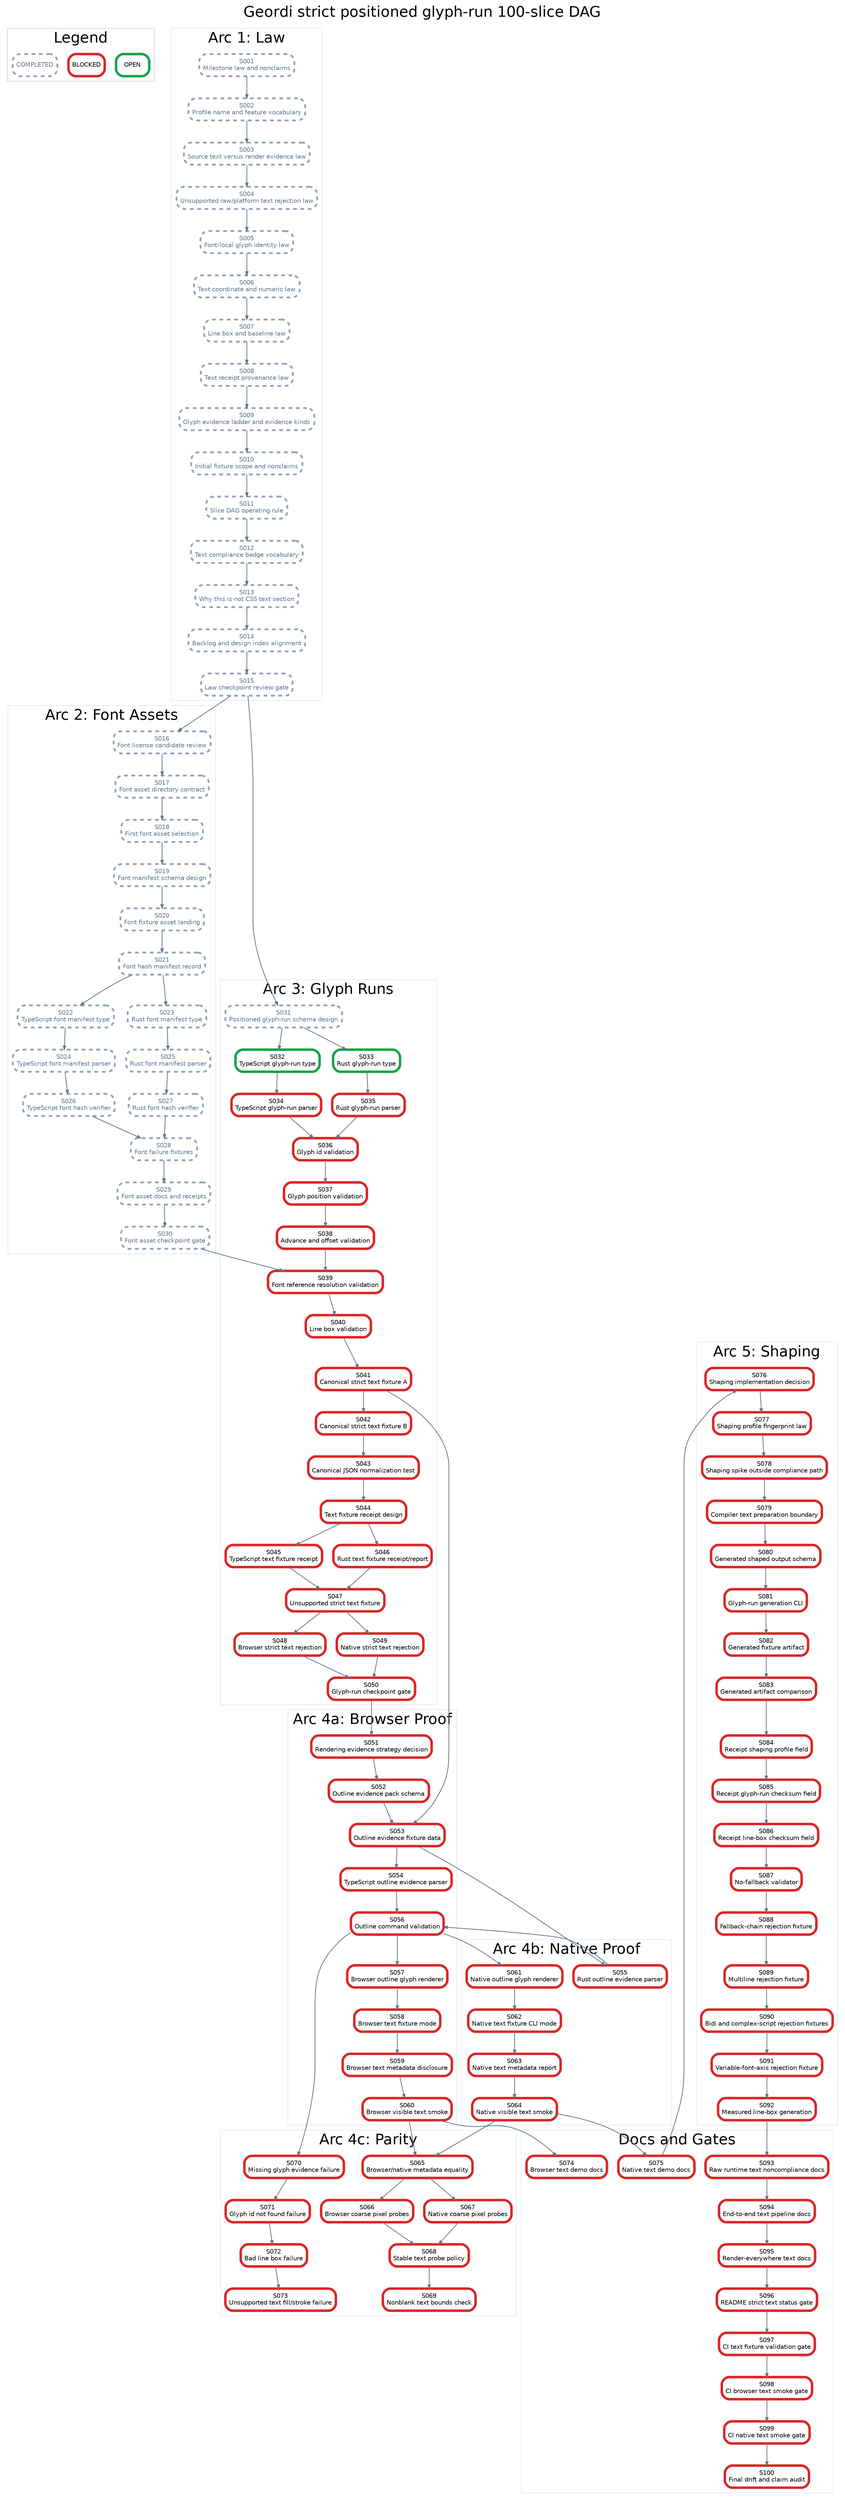
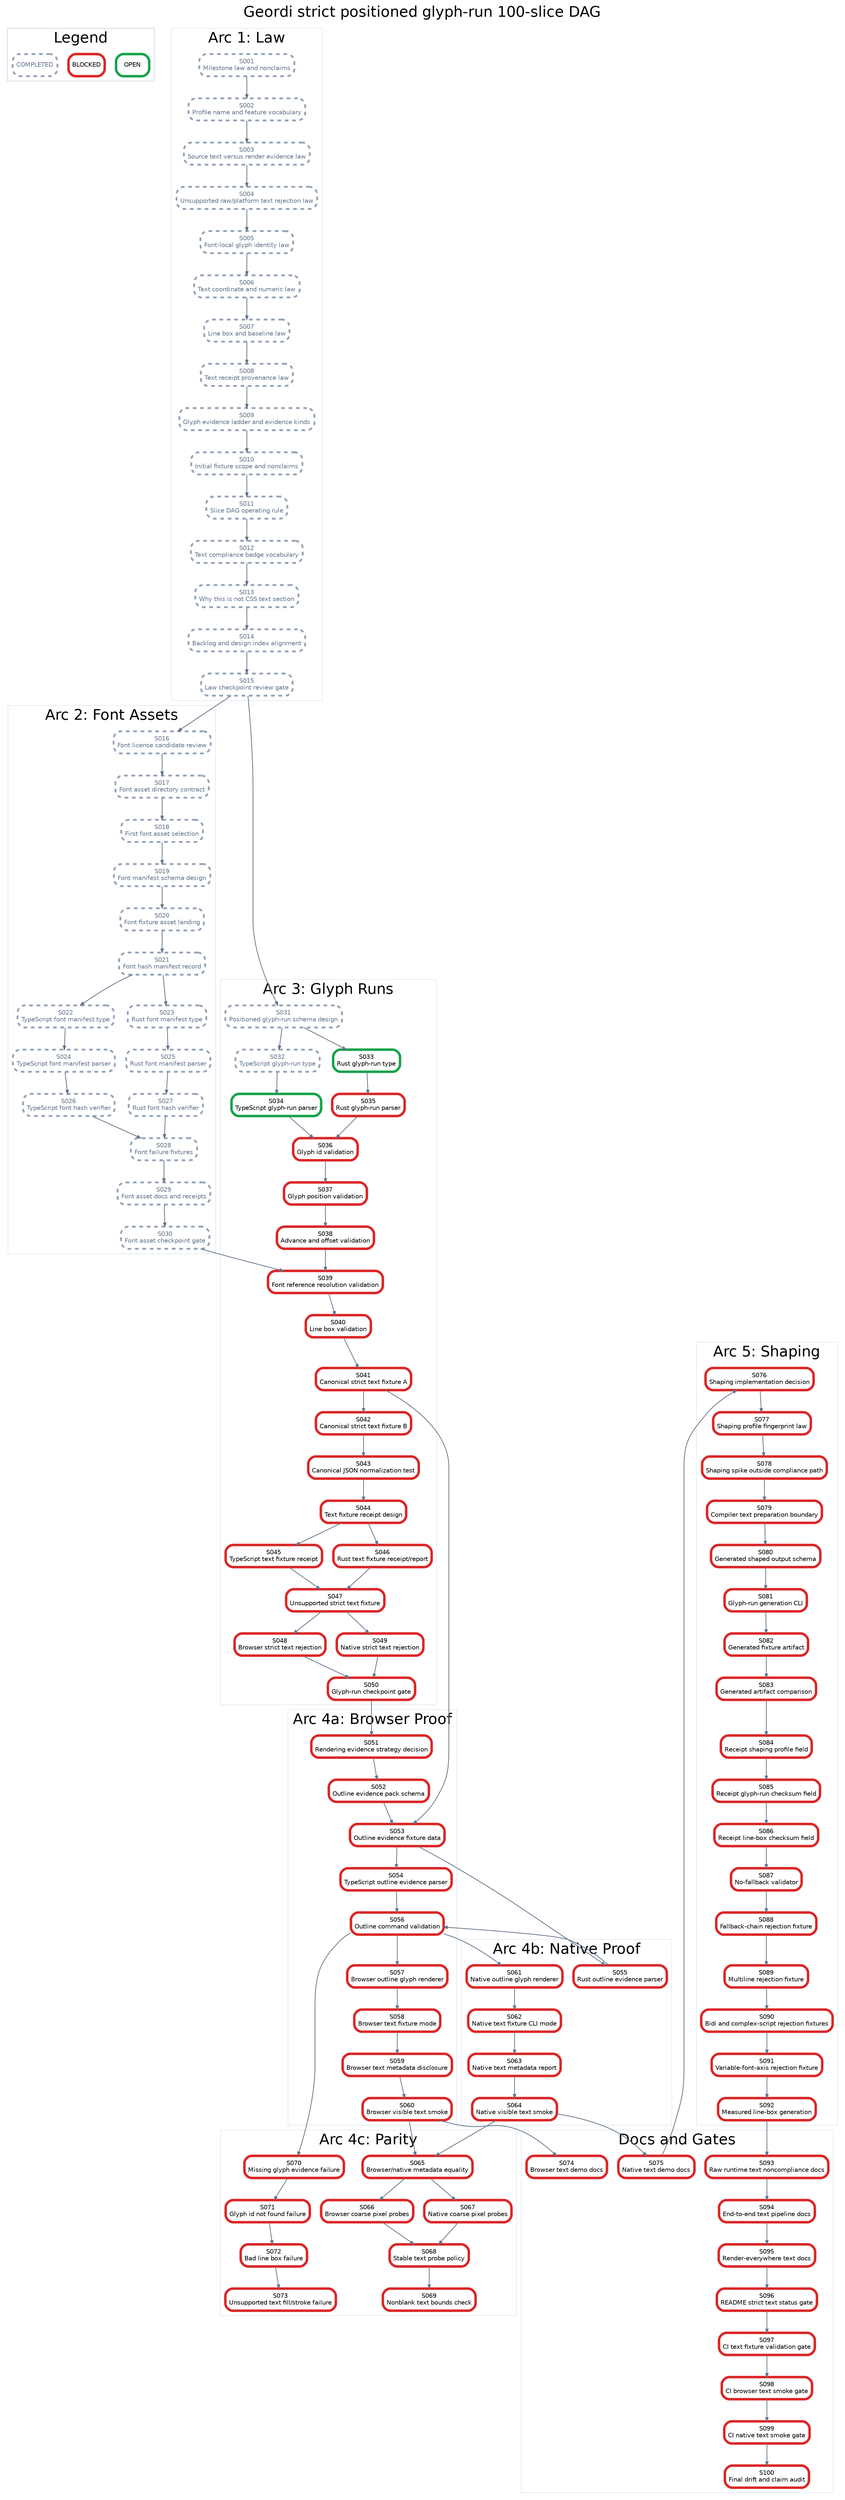
digraph StrictPositionedGlyphRunPlan {
  graph [rankdir=TB, bgcolor="white", fontname="Helvetica", label="Geordi strict positioned glyph-run 100-slice DAG", labelloc="t", fontsize=24];
  node [shape=box, style="rounded,filled", fillcolor="white", fontname="Helvetica", fontsize=10, margin="0.08,0.05"];
  edge [color="#64748b", arrowsize=0.6, penwidth=1.2];

  subgraph cluster_legend {
    label="Legend";
    color="#cbd5e1";
    legend_open [label="OPEN", color="#16a34a", penwidth=4];
    legend_blocked [label="BLOCKED", color="#dc2626", penwidth=4];
    legend_done [label="COMPLETED", color="#94a3b8", penwidth=3, style="rounded,filled,dashed", fontcolor="#64748b"];
  }

  subgraph cluster_law {
    label="Arc 1: Law";
    color="#e2e8f0";
    S001 [label="S001\nMilestone law and nonclaims", color="#94a3b8", penwidth=3, style="rounded,filled,dashed", fontcolor="#64748b"];
    S002 [label="S002\nProfile name and feature vocabulary", color="#94a3b8", penwidth=3, style="rounded,filled,dashed", fontcolor="#64748b"];
    S003 [label="S003\nSource text versus render evidence law", color="#94a3b8", penwidth=3, style="rounded,filled,dashed", fontcolor="#64748b"];
    S004 [label="S004\nUnsupported raw/platform text rejection law", color="#94a3b8", penwidth=3, style="rounded,filled,dashed", fontcolor="#64748b"];
    S005 [label="S005\nFont-local glyph identity law", color="#94a3b8", penwidth=3, style="rounded,filled,dashed", fontcolor="#64748b"];
    S006 [label="S006\nText coordinate and numeric law", color="#94a3b8", penwidth=3, style="rounded,filled,dashed", fontcolor="#64748b"];
    S007 [label="S007\nLine box and baseline law", color="#94a3b8", penwidth=3, style="rounded,filled,dashed", fontcolor="#64748b"];
    S008 [label="S008\nText receipt provenance law", color="#94a3b8", penwidth=3, style="rounded,filled,dashed", fontcolor="#64748b"];
    S009 [label="S009\nGlyph evidence ladder and evidence kinds", color="#94a3b8", penwidth=3, style="rounded,filled,dashed", fontcolor="#64748b"];
    S010 [label="S010\nInitial fixture scope and nonclaims", color="#94a3b8", penwidth=3, style="rounded,filled,dashed", fontcolor="#64748b"];
    S011 [label="S011\nSlice DAG operating rule", color="#94a3b8", penwidth=3, style="rounded,filled,dashed", fontcolor="#64748b"];
    S012 [label="S012\nText compliance badge vocabulary", color="#94a3b8", penwidth=3, style="rounded,filled,dashed", fontcolor="#64748b"];
    S013 [label="S013\nWhy this is not CSS text section", color="#94a3b8", penwidth=3, style="rounded,filled,dashed", fontcolor="#64748b"];
    S014 [label="S014\nBacklog and design index alignment", color="#94a3b8", penwidth=3, style="rounded,filled,dashed", fontcolor="#64748b"];
    S015 [label="S015\nLaw checkpoint review gate", color="#94a3b8", penwidth=3, style="rounded,filled,dashed", fontcolor="#64748b"];
  }

  subgraph cluster_assets {
    label="Arc 2: Font Assets";
    color="#e2e8f0";
    S016 [label="S016\nFont license candidate review", color="#94a3b8", penwidth=3, style="rounded,filled,dashed", fontcolor="#64748b"];
    S017 [label="S017\nFont asset directory contract", color="#94a3b8", penwidth=3, style="rounded,filled,dashed", fontcolor="#64748b"];
    S018 [label="S018\nFirst font asset selection", color="#94a3b8", penwidth=3, style="rounded,filled,dashed", fontcolor="#64748b"];
    S019 [label="S019\nFont manifest schema design", color="#94a3b8", penwidth=3, style="rounded,filled,dashed", fontcolor="#64748b"];
    S020 [label="S020\nFont fixture asset landing", color="#94a3b8", penwidth=3, style="rounded,filled,dashed", fontcolor="#64748b"];
    S021 [label="S021\nFont hash manifest record", color="#94a3b8", penwidth=3, style="rounded,filled,dashed", fontcolor="#64748b"];
    S022 [label="S022\nTypeScript font manifest type", color="#94a3b8", penwidth=3, style="rounded,filled,dashed", fontcolor="#64748b"];
    S023 [label="S023\nRust font manifest type", color="#94a3b8", penwidth=3, style="rounded,filled,dashed", fontcolor="#64748b"];
    S024 [label="S024\nTypeScript font manifest parser", color="#94a3b8", penwidth=3, style="rounded,filled,dashed", fontcolor="#64748b"];
    S025 [label="S025\nRust font manifest parser", color="#94a3b8", penwidth=3, style="rounded,filled,dashed", fontcolor="#64748b"];
    S026 [label="S026\nTypeScript font hash verifier", color="#94a3b8", penwidth=3, style="rounded,filled,dashed", fontcolor="#64748b"];
    S027 [label="S027\nRust font hash verifier", color="#94a3b8", penwidth=3, style="rounded,filled,dashed", fontcolor="#64748b"];
    S028 [label="S028\nFont failure fixtures", color="#94a3b8", penwidth=3, style="rounded,filled,dashed", fontcolor="#64748b"];
    S029 [label="S029\nFont asset docs and receipts", color="#94a3b8", penwidth=3, style="rounded,filled,dashed", fontcolor="#64748b"];
    S030 [label="S030\nFont asset checkpoint gate", color="#94a3b8", penwidth=3, style="rounded,filled,dashed", fontcolor="#64748b"];
  }

  subgraph cluster_glyph {
    label="Arc 3: Glyph Runs";
    color="#e2e8f0";
    S031 [label="S031\nPositioned glyph-run schema design", color="#94a3b8", penwidth=3, style="rounded,filled,dashed", fontcolor="#64748b"];
-     S032 [label="S032\nTypeScript glyph-run type", color="#16a34a", penwidth=4];
+     S032 [label="S032\nTypeScript glyph-run type", color="#94a3b8", penwidth=3, style="rounded,filled,dashed", fontcolor="#64748b"];
    S033 [label="S033\nRust glyph-run type", color="#16a34a", penwidth=4];
-     S034 [label="S034\nTypeScript glyph-run parser", color="#dc2626", penwidth=4];
+     S034 [label="S034\nTypeScript glyph-run parser", color="#16a34a", penwidth=4];
    S035 [label="S035\nRust glyph-run parser", color="#dc2626", penwidth=4];
    S036 [label="S036\nGlyph id validation", color="#dc2626", penwidth=4];
    S037 [label="S037\nGlyph position validation", color="#dc2626", penwidth=4];
    S038 [label="S038\nAdvance and offset validation", color="#dc2626", penwidth=4];
    S039 [label="S039\nFont reference resolution validation", color="#dc2626", penwidth=4];
    S040 [label="S040\nLine box validation", color="#dc2626", penwidth=4];
    S041 [label="S041\nCanonical strict text fixture A", color="#dc2626", penwidth=4];
    S042 [label="S042\nCanonical strict text fixture B", color="#dc2626", penwidth=4];
    S043 [label="S043\nCanonical JSON normalization test", color="#dc2626", penwidth=4];
    S044 [label="S044\nText fixture receipt design", color="#dc2626", penwidth=4];
    S045 [label="S045\nTypeScript text fixture receipt", color="#dc2626", penwidth=4];
    S046 [label="S046\nRust text fixture receipt/report", color="#dc2626", penwidth=4];
    S047 [label="S047\nUnsupported strict text fixture", color="#dc2626", penwidth=4];
    S048 [label="S048\nBrowser strict text rejection", color="#dc2626", penwidth=4];
    S049 [label="S049\nNative strict text rejection", color="#dc2626", penwidth=4];
    S050 [label="S050\nGlyph-run checkpoint gate", color="#dc2626", penwidth=4];
  }

  subgraph cluster_browser {
    label="Arc 4a: Browser Proof";
    color="#e2e8f0";
    S051 [label="S051\nRendering evidence strategy decision", color="#dc2626", penwidth=4];
    S052 [label="S052\nOutline evidence pack schema", color="#dc2626", penwidth=4];
    S053 [label="S053\nOutline evidence fixture data", color="#dc2626", penwidth=4];
    S054 [label="S054\nTypeScript outline evidence parser", color="#dc2626", penwidth=4];
    S056 [label="S056\nOutline command validation", color="#dc2626", penwidth=4];
    S057 [label="S057\nBrowser outline glyph renderer", color="#dc2626", penwidth=4];
    S058 [label="S058\nBrowser text fixture mode", color="#dc2626", penwidth=4];
    S059 [label="S059\nBrowser text metadata disclosure", color="#dc2626", penwidth=4];
    S060 [label="S060\nBrowser visible text smoke", color="#dc2626", penwidth=4];
  }

  subgraph cluster_native {
    label="Arc 4b: Native Proof";
    color="#e2e8f0";
    S055 [label="S055\nRust outline evidence parser", color="#dc2626", penwidth=4];
    S061 [label="S061\nNative outline glyph renderer", color="#dc2626", penwidth=4];
    S062 [label="S062\nNative text fixture CLI mode", color="#dc2626", penwidth=4];
    S063 [label="S063\nNative text metadata report", color="#dc2626", penwidth=4];
    S064 [label="S064\nNative visible text smoke", color="#dc2626", penwidth=4];
  }

  subgraph cluster_parity {
    label="Arc 4c: Parity";
    color="#e2e8f0";
    S065 [label="S065\nBrowser/native metadata equality", color="#dc2626", penwidth=4];
    S066 [label="S066\nBrowser coarse pixel probes", color="#dc2626", penwidth=4];
    S067 [label="S067\nNative coarse pixel probes", color="#dc2626", penwidth=4];
    S068 [label="S068\nStable text probe policy", color="#dc2626", penwidth=4];
    S069 [label="S069\nNonblank text bounds check", color="#dc2626", penwidth=4];
    S070 [label="S070\nMissing glyph evidence failure", color="#dc2626", penwidth=4];
    S071 [label="S071\nGlyph id not found failure", color="#dc2626", penwidth=4];
    S072 [label="S072\nBad line box failure", color="#dc2626", penwidth=4];
    S073 [label="S073\nUnsupported text fill/stroke failure", color="#dc2626", penwidth=4];
  }

  subgraph cluster_shaping {
    label="Arc 5: Shaping";
    color="#e2e8f0";
    S076 [label="S076\nShaping implementation decision", color="#dc2626", penwidth=4];
    S077 [label="S077\nShaping profile fingerprint law", color="#dc2626", penwidth=4];
    S078 [label="S078\nShaping spike outside compliance path", color="#dc2626", penwidth=4];
    S079 [label="S079\nCompiler text preparation boundary", color="#dc2626", penwidth=4];
    S080 [label="S080\nGenerated shaped output schema", color="#dc2626", penwidth=4];
    S081 [label="S081\nGlyph-run generation CLI", color="#dc2626", penwidth=4];
    S082 [label="S082\nGenerated fixture artifact", color="#dc2626", penwidth=4];
    S083 [label="S083\nGenerated artifact comparison", color="#dc2626", penwidth=4];
    S084 [label="S084\nReceipt shaping profile field", color="#dc2626", penwidth=4];
    S085 [label="S085\nReceipt glyph-run checksum field", color="#dc2626", penwidth=4];
    S086 [label="S086\nReceipt line-box checksum field", color="#dc2626", penwidth=4];
    S087 [label="S087\nNo-fallback validator", color="#dc2626", penwidth=4];
    S088 [label="S088\nFallback-chain rejection fixture", color="#dc2626", penwidth=4];
    S089 [label="S089\nMultiline rejection fixture", color="#dc2626", penwidth=4];
    S090 [label="S090\nBidi and complex-script rejection fixtures", color="#dc2626", penwidth=4];
    S091 [label="S091\nVariable-font-axis rejection fixture", color="#dc2626", penwidth=4];
    S092 [label="S092\nMeasured line-box generation", color="#dc2626", penwidth=4];
  }

  subgraph cluster_docs {
    label="Docs and Gates";
    color="#e2e8f0";
    S074 [label="S074\nBrowser text demo docs", color="#dc2626", penwidth=4];
    S075 [label="S075\nNative text demo docs", color="#dc2626", penwidth=4];
    S093 [label="S093\nRaw runtime text noncompliance docs", color="#dc2626", penwidth=4];
    S094 [label="S094\nEnd-to-end text pipeline docs", color="#dc2626", penwidth=4];
    S095 [label="S095\nRender-everywhere text docs", color="#dc2626", penwidth=4];
    S096 [label="S096\nREADME strict text status gate", color="#dc2626", penwidth=4];
    S097 [label="S097\nCI text fixture validation gate", color="#dc2626", penwidth=4];
    S098 [label="S098\nCI browser text smoke gate", color="#dc2626", penwidth=4];
    S099 [label="S099\nCI native text smoke gate", color="#dc2626", penwidth=4];
    S100 [label="S100\nFinal drift and claim audit", color="#dc2626", penwidth=4];
  }

  S001 -> S002;
  S002 -> S003;
  S003 -> S004;
  S004 -> S005;
  S005 -> S006;
  S006 -> S007;
  S007 -> S008;
  S008 -> S009;
  S009 -> S010;
  S010 -> S011;
  S011 -> S012;
  S012 -> S013;
  S013 -> S014;
  S014 -> S015;
  S015 -> S016;
  S016 -> S017;
  S017 -> S018;
  S018 -> S019;
  S019 -> S020;
  S020 -> S021;
  S021 -> S022;
  S021 -> S023;
  S022 -> S024;
  S023 -> S025;
  S024 -> S026;
  S025 -> S027;
  S026 -> S028;
  S027 -> S028;
  S028 -> S029;
  S029 -> S030;
  S015 -> S031;
  S031 -> S032;
  S031 -> S033;
  S032 -> S034;
  S033 -> S035;
  S034 -> S036;
  S035 -> S036;
  S036 -> S037;
  S037 -> S038;
  S038 -> S039;
  S039 -> S040;
  S030 -> S039;
  S040 -> S041;
  S041 -> S042;
  S042 -> S043;
  S043 -> S044;
  S044 -> S045;
  S044 -> S046;
  S045 -> S047;
  S046 -> S047;
  S047 -> S048;
  S047 -> S049;
  S048 -> S050;
  S049 -> S050;
  S050 -> S051;
  S051 -> S052;
  S052 -> S053;
  S041 -> S053;
  S053 -> S054;
  S053 -> S055;
  S054 -> S056;
  S055 -> S056;
  S056 -> S057;
  S057 -> S058;
  S058 -> S059;
  S059 -> S060;
  S056 -> S061;
  S061 -> S062;
  S062 -> S063;
  S063 -> S064;
  S060 -> S065;
  S064 -> S065;
  S065 -> S066;
  S065 -> S067;
  S066 -> S068;
  S067 -> S068;
  S068 -> S069;
  S056 -> S070;
  S070 -> S071;
  S071 -> S072;
  S072 -> S073;
  S060 -> S074;
  S064 -> S075;
  S075 -> S076;
  S076 -> S077;
  S077 -> S078;
  S078 -> S079;
  S079 -> S080;
  S080 -> S081;
  S081 -> S082;
  S082 -> S083;
  S083 -> S084;
  S084 -> S085;
  S085 -> S086;
  S086 -> S087;
  S087 -> S088;
  S088 -> S089;
  S089 -> S090;
  S090 -> S091;
  S091 -> S092;
  S092 -> S093;
  S093 -> S094;
  S094 -> S095;
  S095 -> S096;
  S096 -> S097;
  S097 -> S098;
  S098 -> S099;
  S099 -> S100;
}
